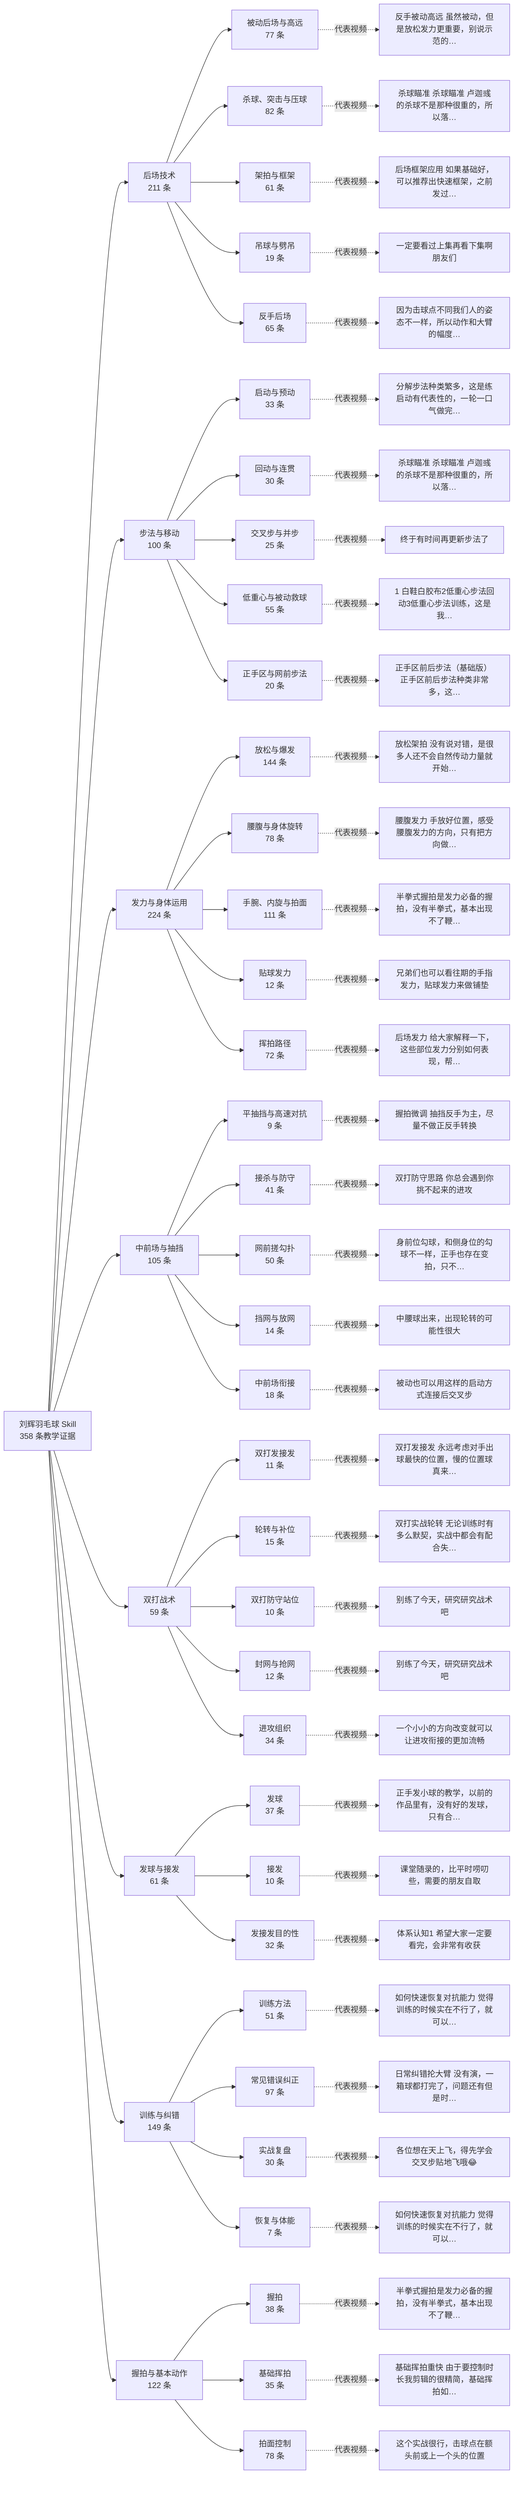
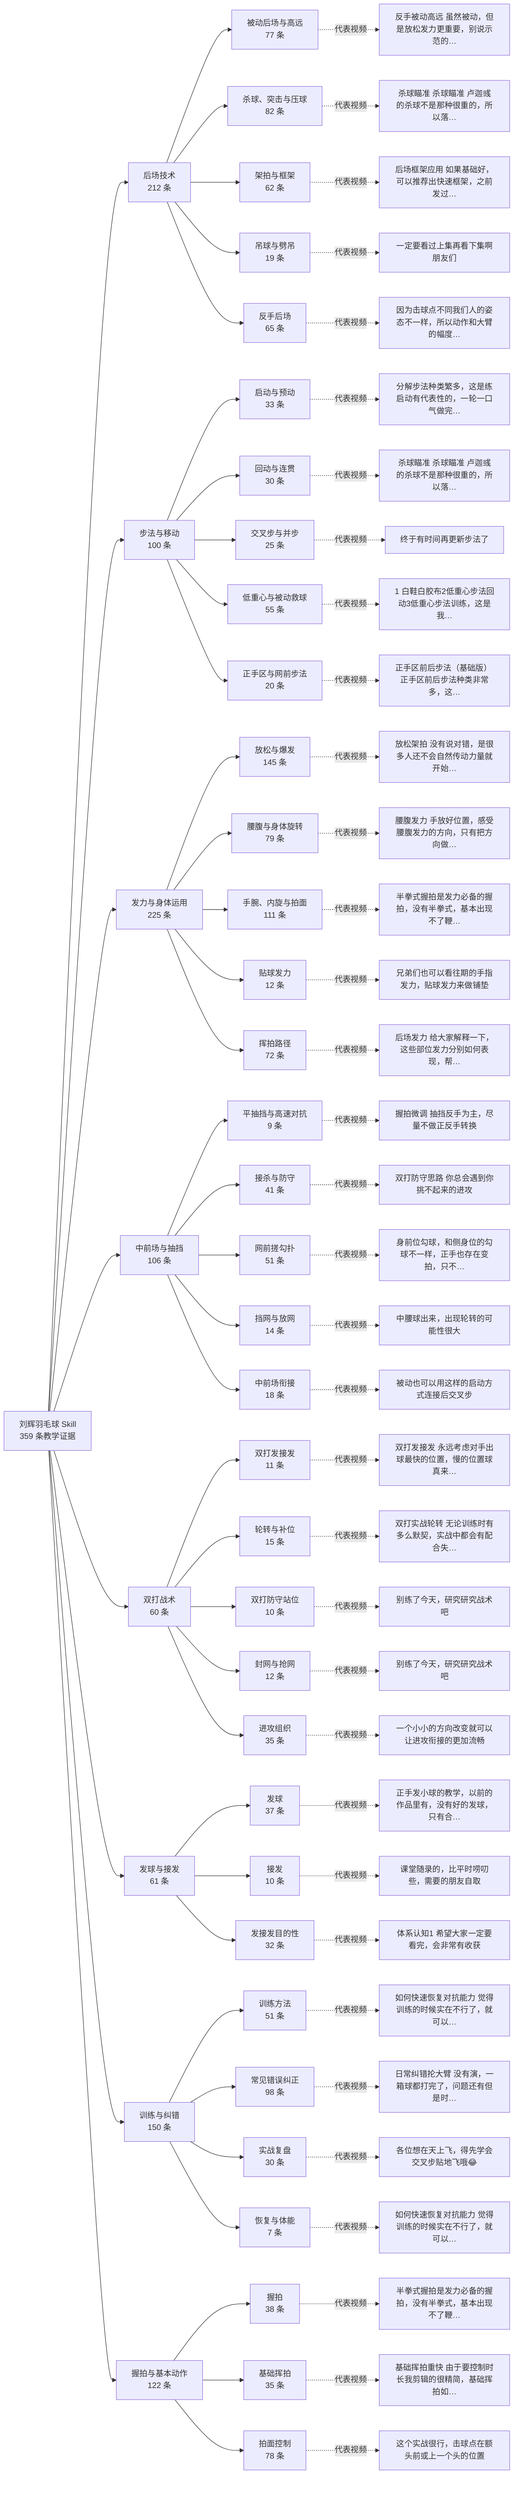
flowchart LR
-   root["刘辉羽毛球 Skill<br/>358 条教学证据"]
-   c0["后场技术<br/>211 条"]
+   root["刘辉羽毛球 Skill<br/>359 条教学证据"]
+   c0["后场技术<br/>212 条"]
  root --> c0
  s0_0["被动后场与高远<br/>77 条"]
  c0 --> s0_0
  v0_0["反手被动高远 虽然被动，但是放松发力更重要，别说示范的…"]
  s0_0 -.代表视频.-> v0_0
  s0_1["杀球、突击与压球<br/>82 条"]
  c0 --> s0_1
  v0_1["杀球瞄准 杀球瞄准 卢迦彧的杀球不是那种很重的，所以落…"]
  s0_1 -.代表视频.-> v0_1
-   s0_2["架拍与框架<br/>61 条"]
+   s0_2["架拍与框架<br/>62 条"]
  c0 --> s0_2
  v0_2["后场框架应用 如果基础好，可以推荐出快速框架，之前发过…"]
  s0_2 -.代表视频.-> v0_2
  s0_3["吊球与劈吊<br/>19 条"]
  c0 --> s0_3
  v0_3["一定要看过上集再看下集啊朋友们"]
  s0_3 -.代表视频.-> v0_3
  s0_4["反手后场<br/>65 条"]
  c0 --> s0_4
  v0_4["因为击球点不同我们人的姿态不一样，所以动作和大臂的幅度…"]
  s0_4 -.代表视频.-> v0_4
  c1["步法与移动<br/>100 条"]
  root --> c1
  s1_0["启动与预动<br/>33 条"]
  c1 --> s1_0
  v1_0["分解步法种类繁多，这是练启动有代表性的，一轮一口气做完…"]
  s1_0 -.代表视频.-> v1_0
  s1_1["回动与连贯<br/>30 条"]
  c1 --> s1_1
  v1_1["杀球瞄准 杀球瞄准 卢迦彧的杀球不是那种很重的，所以落…"]
  s1_1 -.代表视频.-> v1_1
  s1_2["交叉步与并步<br/>25 条"]
  c1 --> s1_2
  v1_2["终于有时间再更新步法了"]
  s1_2 -.代表视频.-> v1_2
  s1_3["低重心与被动救球<br/>55 条"]
  c1 --> s1_3
  v1_3["1 白鞋白胶布2低重心步法回动3低重心步法训练，这是我…"]
  s1_3 -.代表视频.-> v1_3
  s1_4["正手区与网前步法<br/>20 条"]
  c1 --> s1_4
  v1_4["正手区前后步法（基础版） 正手区前后步法种类非常多，这…"]
  s1_4 -.代表视频.-> v1_4
-   c2["发力与身体运用<br/>224 条"]
+   c2["发力与身体运用<br/>225 条"]
  root --> c2
-   s2_0["放松与爆发<br/>144 条"]
+   s2_0["放松与爆发<br/>145 条"]
  c2 --> s2_0
  v2_0["放松架拍 没有说对错，是很多人还不会自然传动力量就开始…"]
  s2_0 -.代表视频.-> v2_0
-   s2_1["腰腹与身体旋转<br/>78 条"]
+   s2_1["腰腹与身体旋转<br/>79 条"]
  c2 --> s2_1
  v2_1["腰腹发力 手放好位置，感受腰腹发力的方向，只有把方向做…"]
  s2_1 -.代表视频.-> v2_1
  s2_2["手腕、内旋与拍面<br/>111 条"]
  c2 --> s2_2
  v2_2["半拳式握拍是发力必备的握拍，没有半拳式，基本出现不了鞭…"]
  s2_2 -.代表视频.-> v2_2
  s2_3["贴球发力<br/>12 条"]
  c2 --> s2_3
  v2_3["兄弟们也可以看往期的手指发力，贴球发力来做铺垫"]
  s2_3 -.代表视频.-> v2_3
  s2_4["挥拍路径<br/>72 条"]
  c2 --> s2_4
  v2_4["后场发力 给大家解释一下，这些部位发力分别如何表现，帮…"]
  s2_4 -.代表视频.-> v2_4
-   c3["中前场与抽挡<br/>105 条"]
+   c3["中前场与抽挡<br/>106 条"]
  root --> c3
  s3_0["平抽挡与高速对抗<br/>9 条"]
  c3 --> s3_0
  v3_0["握拍微调 抽挡反手为主，尽量不做正反手转换"]
  s3_0 -.代表视频.-> v3_0
  s3_1["接杀与防守<br/>41 条"]
  c3 --> s3_1
  v3_1["双打防守思路 你总会遇到你挑不起来的进攻"]
  s3_1 -.代表视频.-> v3_1
-   s3_2["网前搓勾扑<br/>50 条"]
+   s3_2["网前搓勾扑<br/>51 条"]
  c3 --> s3_2
  v3_2["身前位勾球，和侧身位的勾球不一样，正手也存在变拍，只不…"]
  s3_2 -.代表视频.-> v3_2
  s3_3["挡网与放网<br/>14 条"]
  c3 --> s3_3
  v3_3["中腰球出来，出现轮转的可能性很大"]
  s3_3 -.代表视频.-> v3_3
  s3_4["中前场衔接<br/>18 条"]
  c3 --> s3_4
  v3_4["被动也可以用这样的启动方式连接后交叉步"]
  s3_4 -.代表视频.-> v3_4
-   c4["双打战术<br/>59 条"]
+   c4["双打战术<br/>60 条"]
  root --> c4
  s4_0["双打发接发<br/>11 条"]
  c4 --> s4_0
  v4_0["双打发接发 永远考虑对手出球最快的位置，慢的位置球真来…"]
  s4_0 -.代表视频.-> v4_0
  s4_1["轮转与补位<br/>15 条"]
  c4 --> s4_1
  v4_1["双打实战轮转 无论训练时有多么默契，实战中都会有配合失…"]
  s4_1 -.代表视频.-> v4_1
  s4_2["双打防守站位<br/>10 条"]
  c4 --> s4_2
  v4_2["别练了今天，研究研究战术吧"]
  s4_2 -.代表视频.-> v4_2
  s4_3["封网与抢网<br/>12 条"]
  c4 --> s4_3
  v4_3["别练了今天，研究研究战术吧"]
  s4_3 -.代表视频.-> v4_3
-   s4_4["进攻组织<br/>34 条"]
+   s4_4["进攻组织<br/>35 条"]
  c4 --> s4_4
  v4_4["一个小小的方向改变就可以让进攻衔接的更加流畅"]
  s4_4 -.代表视频.-> v4_4
  c5["发球与接发<br/>61 条"]
  root --> c5
  s5_0["发球<br/>37 条"]
  c5 --> s5_0
  v5_0["正手发小球的教学，以前的作品里有，没有好的发球，只有合…"]
  s5_0 -.代表视频.-> v5_0
  s5_1["接发<br/>10 条"]
  c5 --> s5_1
  v5_1["课堂随录的，比平时唠叨些，需要的朋友自取"]
  s5_1 -.代表视频.-> v5_1
  s5_2["发接发目的性<br/>32 条"]
  c5 --> s5_2
  v5_2["体系认知1 希望大家一定要看完，会非常有收获"]
  s5_2 -.代表视频.-> v5_2
-   c6["训练与纠错<br/>149 条"]
+   c6["训练与纠错<br/>150 条"]
  root --> c6
  s6_0["训练方法<br/>51 条"]
  c6 --> s6_0
  v6_0["如何快速恢复对抗能力 觉得训练的时候实在不行了，就可以…"]
  s6_0 -.代表视频.-> v6_0
-   s6_1["常见错误纠正<br/>97 条"]
+   s6_1["常见错误纠正<br/>98 条"]
  c6 --> s6_1
  v6_1["日常纠错抡大臂 没有演，一箱球都打完了，问题还有但是时…"]
  s6_1 -.代表视频.-> v6_1
  s6_2["实战复盘<br/>30 条"]
  c6 --> s6_2
  v6_2["各位想在天上飞，得先学会交叉步贴地飞哦😂"]
  s6_2 -.代表视频.-> v6_2
  s6_3["恢复与体能<br/>7 条"]
  c6 --> s6_3
  v6_3["如何快速恢复对抗能力 觉得训练的时候实在不行了，就可以…"]
  s6_3 -.代表视频.-> v6_3
  c7["握拍与基本动作<br/>122 条"]
  root --> c7
  s7_0["握拍<br/>38 条"]
  c7 --> s7_0
  v7_0["半拳式握拍是发力必备的握拍，没有半拳式，基本出现不了鞭…"]
  s7_0 -.代表视频.-> v7_0
  s7_1["基础挥拍<br/>35 条"]
  c7 --> s7_1
  v7_1["基础挥拍重快 由于要控制时长我剪辑的很精简，基础挥拍如…"]
  s7_1 -.代表视频.-> v7_1
  s7_2["拍面控制<br/>78 条"]
  c7 --> s7_2
  v7_2["这个实战很行，击球点在额头前或上一个头的位置"]
  s7_2 -.代表视频.-> v7_2
